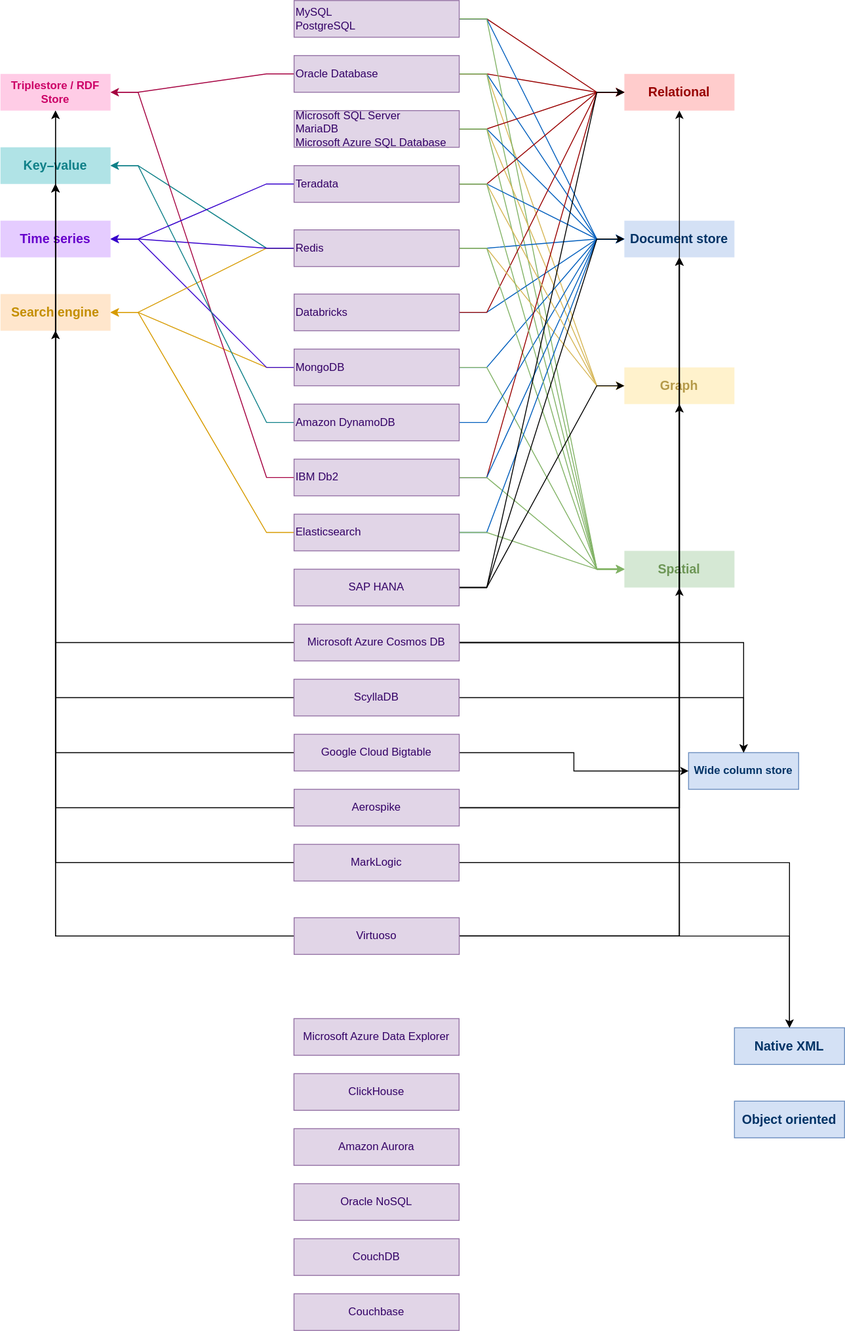
This is diagrams/multi_model_dbms.drawio.svg from ryndovaira-org/data_science_lectures, a draw.io export, as it was before one commit. Source tidied: cells renumbered, new cells last; positions are measured from the earlier drawing's top-left corner, leaving out a move shared by most shapes.
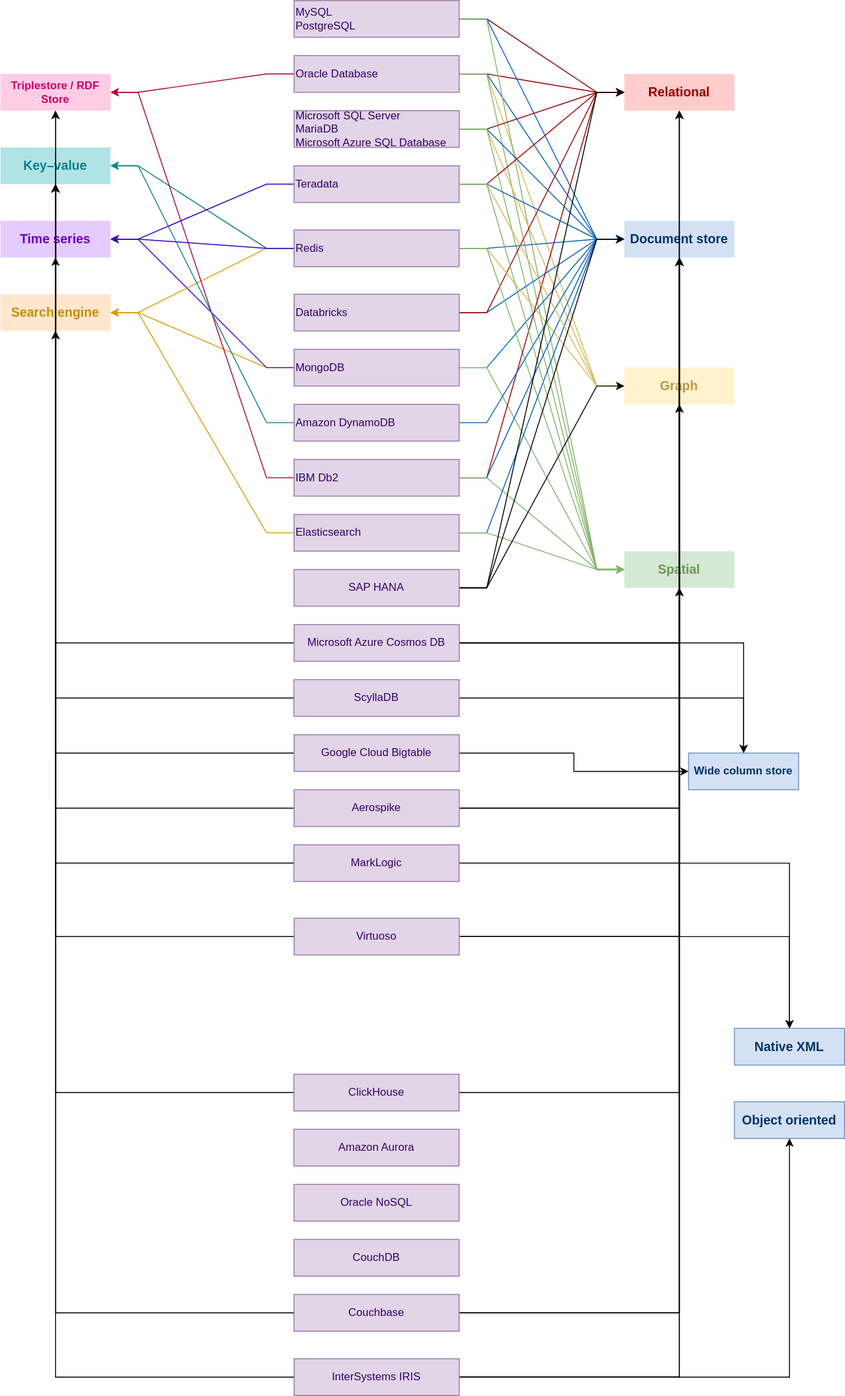
Later version of the same file.

Diff of the diagram source:
```diff
@@ -206,12 +206,27 @@
     <mxCell id="69" value="&lt;div&gt;Microsoft Azure Cosmos DB&lt;/div&gt;" style="rounded=0;whiteSpace=wrap;html=1;fillColor=#e1d5e7;strokeColor=#9673a6;fontColor=#330066;" parent="1" vertex="1">
       <mxGeometry x="320.1" y="680" width="180" height="40" as="geometry" />
     </mxCell>
+    <mxCell id="98" style="edgeStyle=orthogonalEdgeStyle;rounded=0;jettySize=auto;html=1;" parent="1" edge="1" source="70" target="7">
+      <mxGeometry relative="1" as="geometry" />
+    </mxCell>
+    <mxCell id="99" style="edgeStyle=orthogonalEdgeStyle;rounded=0;jettySize=auto;html=1;" parent="1" edge="1" source="70" target="8">
+      <mxGeometry relative="1" as="geometry" />
+    </mxCell>
     <mxCell id="70" value="ClickHouse" style="rounded=0;whiteSpace=wrap;html=1;fillColor=#e1d5e7;strokeColor=#9673a6;fontColor=#330066;" parent="1" vertex="1">
       <mxGeometry x="319.9" y="1170" width="180" height="40" as="geometry" />
     </mxCell>
     <mxCell id="71" value="CouchDB" style="rounded=0;whiteSpace=wrap;html=1;fillColor=#e1d5e7;strokeColor=#9673a6;fontColor=#330066;" parent="1" vertex="1">
       <mxGeometry x="319.9" y="1350" width="180" height="40" as="geometry" />
     </mxCell>
+    <mxCell id="100" style="edgeStyle=orthogonalEdgeStyle;rounded=0;jettySize=auto;html=1;" parent="1" edge="1" source="72" target="5">
+      <mxGeometry relative="1" as="geometry" />
+    </mxCell>
+    <mxCell id="101" style="edgeStyle=orthogonalEdgeStyle;rounded=0;jettySize=auto;html=1;" parent="1" edge="1" source="72" target="11">
+      <mxGeometry relative="1" as="geometry" />
+    </mxCell>
+    <mxCell id="102" style="edgeStyle=orthogonalEdgeStyle;rounded=0;jettySize=auto;html=1;" parent="1" edge="1" source="72" target="2">
+      <mxGeometry relative="1" as="geometry" />
+    </mxCell>
     <mxCell id="72" value="Couchbase" style="rounded=0;whiteSpace=wrap;html=1;fillColor=#e1d5e7;strokeColor=#9673a6;fontColor=#330066;" parent="1" vertex="1">
       <mxGeometry x="319.9" y="1410" width="180" height="40" as="geometry" />
     </mxCell>
@@ -233,9 +248,6 @@
     <mxCell id="78" value="MarkLogic" style="rounded=0;whiteSpace=wrap;html=1;fillColor=#e1d5e7;strokeColor=#9673a6;fontColor=#330066;" parent="1" vertex="1">
       <mxGeometry x="319.9" y="920" width="180" height="40" as="geometry" />
     </mxCell>
-    <mxCell id="79" value="&lt;div&gt;Microsoft Azure Data Explorer&lt;/div&gt;" style="rounded=0;whiteSpace=wrap;html=1;fillColor=#e1d5e7;strokeColor=#9673a6;fontColor=#330066;" parent="1" vertex="1">
-      <mxGeometry x="319.9" y="1110" width="180" height="40" as="geometry" />
-    </mxCell>
     <mxCell id="80" style="edgeStyle=orthogonalEdgeStyle;rounded=0;jettySize=auto;html=1;" parent="1" edge="1" source="82" target="12">
       <mxGeometry relative="1" as="geometry" />
     </mxCell>
@@ -290,5 +302,20 @@
     <mxCell id="97" value="Virtuoso" style="rounded=0;whiteSpace=wrap;html=1;fillColor=#e1d5e7;strokeColor=#9673a6;fontColor=#330066;" parent="1" vertex="1">
       <mxGeometry x="320.1" y="1000" width="180" height="40" as="geometry" />
     </mxCell>
+    <mxCell id="103" style="edgeStyle=orthogonalEdgeStyle;rounded=0;jettySize=auto;html=1;" parent="1" edge="1" source="107" target="5">
+      <mxGeometry relative="1" as="geometry" />
+    </mxCell>
+    <mxCell id="104" style="edgeStyle=orthogonalEdgeStyle;rounded=0;jettySize=auto;html=1;" parent="1" edge="1" source="107" target="2">
+      <mxGeometry relative="1" as="geometry" />
+    </mxCell>
+    <mxCell id="105" style="edgeStyle=orthogonalEdgeStyle;rounded=0;jettySize=auto;html=1;" parent="1" edge="1" source="107" target="4">
+      <mxGeometry relative="1" as="geometry" />
+    </mxCell>
+    <mxCell id="106" style="edgeStyle=orthogonalEdgeStyle;rounded=0;jettySize=auto;html=1;" parent="1" edge="1" source="107" target="7">
+      <mxGeometry relative="1" as="geometry" />
+    </mxCell>
+    <mxCell id="107" value="InterSystems IRIS" style="rounded=0;whiteSpace=wrap;html=1;fillColor=#e1d5e7;strokeColor=#9673a6;fontColor=#330066;" parent="1" vertex="1">
+      <mxGeometry x="320.1" y="1480" width="180" height="40" as="geometry" />
+    </mxCell>
   </root>
 </mxGraphModel>
```
